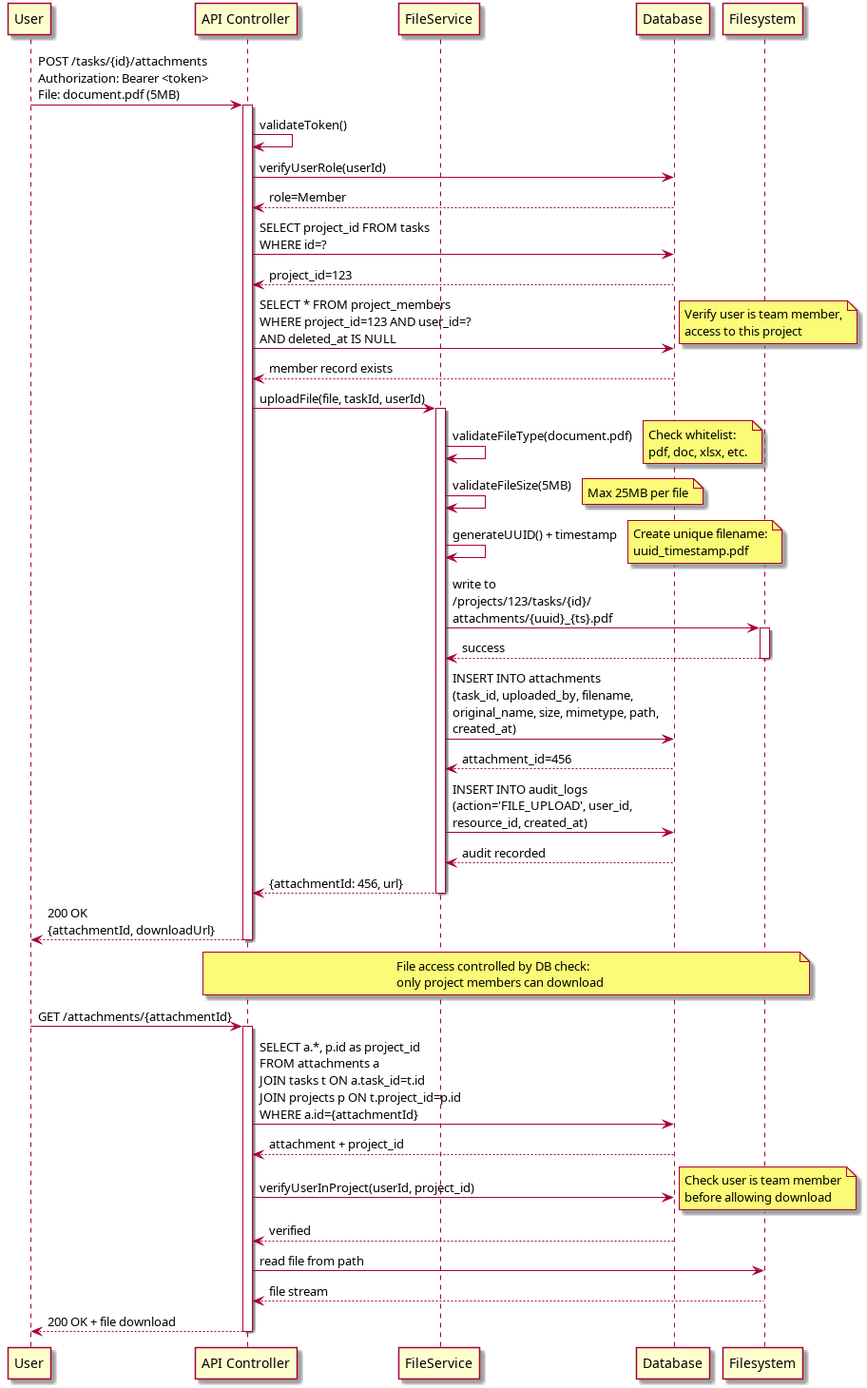
Above: Docs/Diagrams/03_FileUploadFlow.png in mei-desofs/desofs2026-wed_ffs_4 (PlantUML), before the change. Its source is kept beside it as Docs/Diagrams/03_FileUploadFlow.puml.
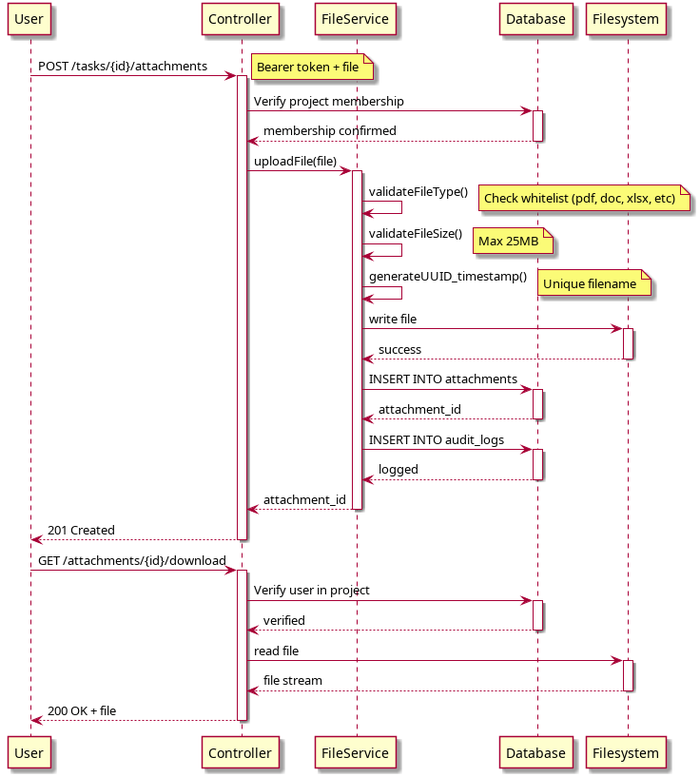
After the change.

What changed in the source:
```diff
@@ -1,67 +1,66 @@
 @startuml 03_FileUploadFlow
 participant User
-participant "API Controller" as Controller
-participant "FileService" as FileService
-participant "Database" as DB
-participant "Filesystem" as FS
+participant Controller
+participant FileService
+participant Database
+participant Filesystem
 
-User -> Controller: POST /tasks/{id}/attachments\nAuthorization: Bearer <token>\nFile: document.pdf (5MB)
+User -> Controller: POST /tasks/{id}/attachments
+activate Controller
+note right: Bearer token + file
+
+Controller -> Database: Verify project membership
+activate Database
+Database --> Controller: membership confirmed
+deactivate Database
+
+Controller -> FileService: uploadFile(file)
+activate FileService
+
+FileService -> FileService: validateFileType()
+note right: Check whitelist (pdf, doc, xlsx, etc)
+
+FileService -> FileService: validateFileSize()
+note right: Max 25MB
+
+FileService -> FileService: generateUUID_timestamp()
+note right: Unique filename
+
+FileService -> Filesystem: write file
+activate Filesystem
+Filesystem --> FileService: success
+deactivate Filesystem
+
+FileService -> Database: INSERT INTO attachments
+activate Database
+Database --> FileService: attachment_id
+deactivate Database
+
+FileService -> Database: INSERT INTO audit_logs
+activate Database
+Database --> FileService: logged
+deactivate Database
+
+FileService --> Controller: attachment_id
+deactivate FileService
+
+Controller --> User: 201 Created
+deactivate Controller
+
+User -> Controller: GET /attachments/{id}/download
 activate Controller
 
-Controller -> Controller: validateToken()
-Controller -> DB: verifyUserRole(userId)
-DB --> Controller: role=Member
+Controller -> Database: Verify user in project
+activate Database
+Database --> Controller: verified
+deactivate Database
 
-Controller -> DB: SELECT project_id FROM tasks\nWHERE id=?
-DB --> Controller: project_id=123
+Controller -> Filesystem: read file
+activate Filesystem
+Filesystem --> Controller: file stream
+deactivate Filesystem
 
-Controller -> DB: SELECT * FROM project_members\nWHERE project_id=123 AND user_id=?\nAND deleted_at IS NULL
-note right: Verify user is team member,\naccess to this project
-DB --> Controller: member record exists
-
-Controller -> FileService: uploadFile(file, taskId, userId)
-activate FileService
-
-FileService -> FileService: validateFileType(document.pdf)
-note right: Check whitelist:\npdf, doc, xlsx, etc.
-
-FileService -> FileService: validateFileSize(5MB)
-note right: Max 25MB per file
-
-FileService -> FileService: generateUUID() + timestamp
-note right: Create unique filename:\nuuid_timestamp.pdf
-
-FileService -> FS: write to\n/projects/123/tasks/{id}/\nattachments/{uuid}_{ts}.pdf
-activate FS
-FS --> FileService: success
-deactivate FS
-
-FileService -> DB: INSERT INTO attachments\n(task_id, uploaded_by, filename,\noriginal_name, size, mimetype, path,\ncreated_at)
-DB --> FileService: attachment_id=456
-
-FileService -> DB: INSERT INTO audit_logs\n(action='FILE_UPLOAD', user_id,\nresource_id, created_at)
-DB --> FileService: audit recorded
-
-FileService --> Controller: {attachmentId: 456, url}
-deactivate FileService
-
-Controller --> User: 200 OK\n{attachmentId, downloadUrl}
-deactivate Controller
-
-note over Controller, FS: File access controlled by DB check:\nonly project members can download
-
-User -> Controller: GET /attachments/{attachmentId}
-activate Controller
-Controller -> DB: SELECT a.*, p.id as project_id\nFROM attachments a\nJOIN tasks t ON a.task_id=t.id\nJOIN projects p ON t.project_id=p.id\nWHERE a.id={attachmentId}
-DB --> Controller: attachment + project_id
-
-Controller -> DB: verifyUserInProject(userId, project_id)
-note right: Check user is team member\nbefore allowing download
-DB --> Controller: verified
-
-Controller -> FS: read file from path
-FS --> Controller: file stream
-Controller --> User: 200 OK + file download
+Controller --> User: 200 OK + file
 deactivate Controller
 
 @enduml
```
